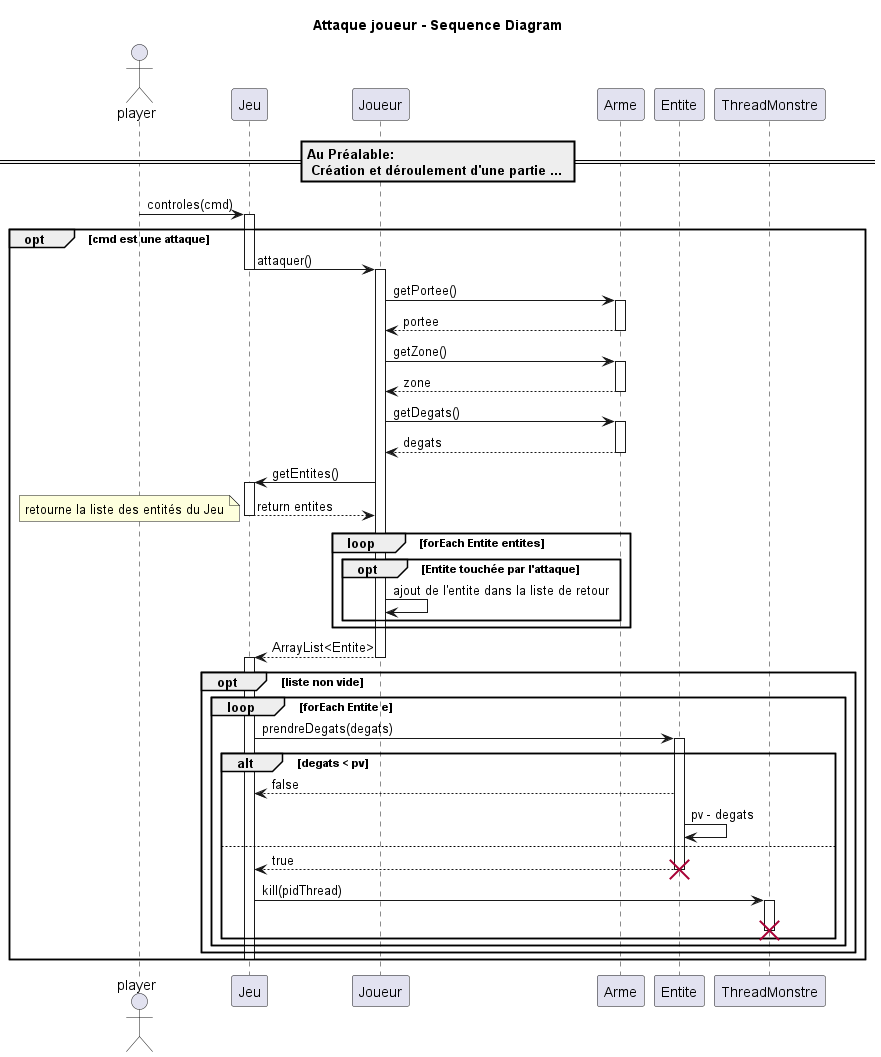
Earlier version of the PlantUML export documents/sprint_1/diagramme_sequence/diagramme_attaque_joueur.png (rzepka2u/ACL_daedalus). The source it was exported from:
```plantuml
@startuml

title "Attaque joueur - Sequence Diagram"

actor player as player
== Au Préalable:\n Création et déroulement d'une partie ... ==
player -> Jeu : controles(cmd)
opt cmd est une attaque
	activate Jeu
	Jeu -> Joueur : attaquer()
	deactivate Jeu
	activate Joueur
	Joueur -> Arme : getPortee()
	activate Arme
	Arme --> Joueur : portee
	deactivate Arme
	Joueur -> Arme : getZone()
	activate Arme
	Arme --> Joueur : zone
	deactivate Arme
	Joueur -> Arme : getDegats()
	activate Arme
	Arme --> Joueur : degats
	deactivate Arme
	Jeu <- Joueur: getEntites()
	activate Jeu
	Jeu --> Joueur: return entites
	deactivate Jeu
	note left: retourne la liste des entités du Jeu
	loop forEach Entite entites
		opt Entite touchée par l'attaque
			Joueur -> Joueur : ajout de l'entite dans la liste de retour
		end
	end
		Joueur --> Jeu : ArrayList<Entite>
		deactivate Joueur
		activate Jeu
		opt liste non vide
			loop forEach Entite e
				Jeu -> Entite : prendreDegats(degats)
				activate Entite
				alt degats < pv
					Entite --> Jeu : false
					Entite -> Entite : pv - degats
				else
					Entite --> Jeu : true
					destroy Entite
					Jeu -> ThreadMonstre : kill(pidThread)
					activate ThreadMonstre
					destroy ThreadMonstre
				end
			end
		end
		deactivate Jeu
end
@enduml
```
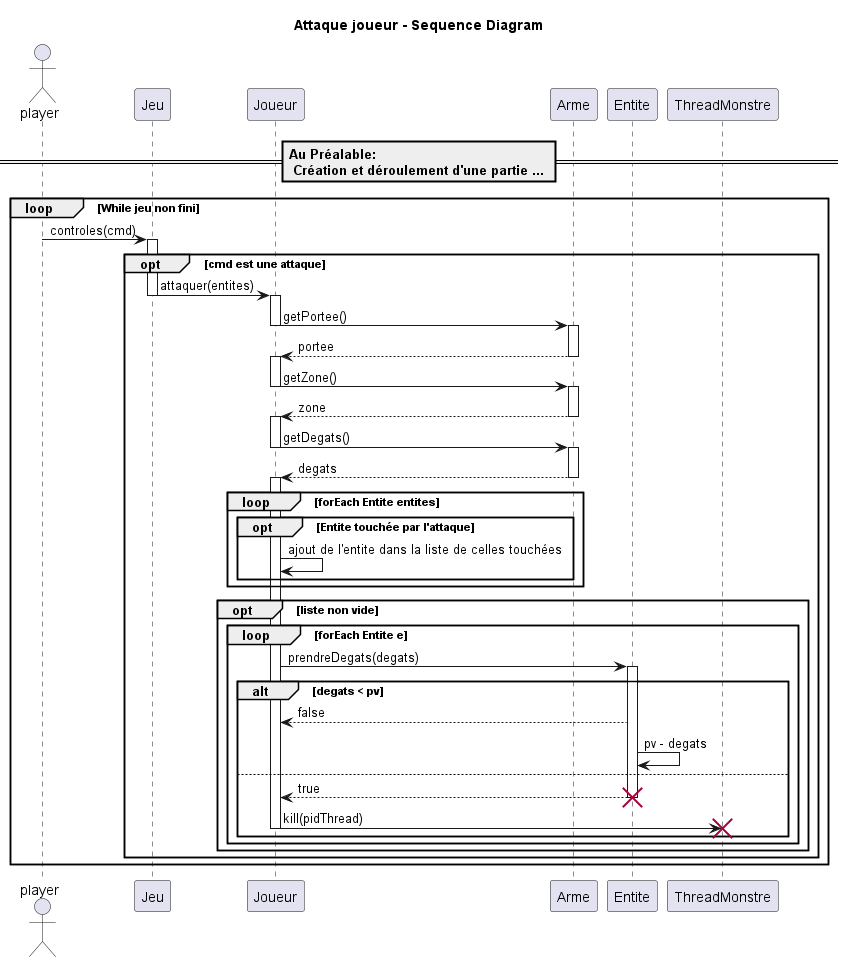
After the change.

Commit message:
Légère correction diagramme attaque joueur.

Change to the diagram source:
```diff
@@ -4,53 +4,52 @@
 
 actor player as player
 == Au Préalable:\n Création et déroulement d'une partie ... ==
-player -> Jeu : controles(cmd)
-opt cmd est une attaque
-	activate Jeu
-	Jeu -> Joueur : attaquer()
-	deactivate Jeu
-	activate Joueur
-	Joueur -> Arme : getPortee()
-	activate Arme
-	Arme --> Joueur : portee
-	deactivate Arme
-	Joueur -> Arme : getZone()
-	activate Arme
-	Arme --> Joueur : zone
-	deactivate Arme
-	Joueur -> Arme : getDegats()
-	activate Arme
-	Arme --> Joueur : degats
-	deactivate Arme
-	Jeu <- Joueur: getEntites()
-	activate Jeu
-	Jeu --> Joueur: return entites
-	deactivate Jeu
-	note left: retourne la liste des entités du Jeu
-	loop forEach Entite entites
-		opt Entite touchée par l'attaque
-			Joueur -> Joueur : ajout de l'entite dans la liste de retour
+loop While jeu non fini
+	player -> Jeu : controles(cmd)
+	opt cmd est une attaque
+		activate Jeu
+		Jeu -> Joueur : attaquer(entites)
+		deactivate Jeu
+		activate Joueur
+		Joueur -> Arme : getPortee()
+		deactivate Joueur
+		activate Arme
+		Arme --> Joueur : portee
+		deactivate Arme
+		activate Joueur
+		Joueur -> Arme : getZone()
+		deactivate Joueur
+		activate Arme
+		Arme --> Joueur : zone
+		deactivate Arme
+		activate Joueur
+		Joueur -> Arme : getDegats()
+		deactivate Joueur
+		activate Arme
+		Arme --> Joueur : degats
+		deactivate Arme
+		activate Joueur
+		loop forEach Entite entites
+			opt Entite touchée par l'attaque
+				Joueur -> Joueur : ajout de l'entite dans la liste de celles touchées
+			end
 		end
-	end
-		Joueur --> Jeu : ArrayList<Entite>
-		deactivate Joueur
-		activate Jeu
 		opt liste non vide
 			loop forEach Entite e
-				Jeu -> Entite : prendreDegats(degats)
+				Joueur -> Entite : prendreDegats(degats)
 				activate Entite
 				alt degats < pv
-					Entite --> Jeu : false
+					Entite --> Joueur : false
 					Entite -> Entite : pv - degats
 				else
-					Entite --> Jeu : true
+					Entite --> Joueur : true
 					destroy Entite
-					Jeu -> ThreadMonstre : kill(pidThread)
-					activate ThreadMonstre
+					Joueur -> ThreadMonstre : kill(pidThread)
+					deactivate Joueur
 					destroy ThreadMonstre
 				end
 			end
 		end
-		deactivate Jeu
+	end
 end
 @enduml
```
